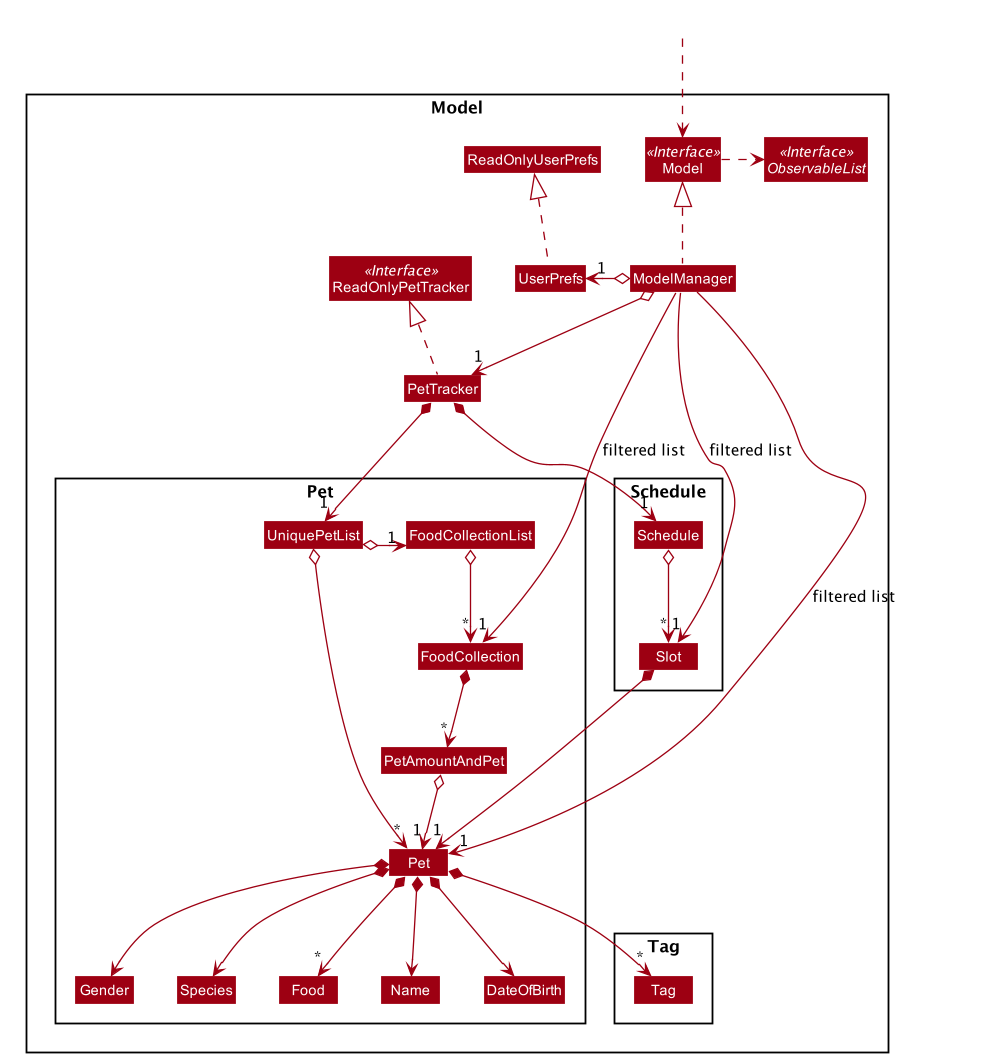
AY1920S2-CS2103-W15-4/main keeps this PlantUML diagram as images/ModelClassDiagram.png. Above is the earlier version.
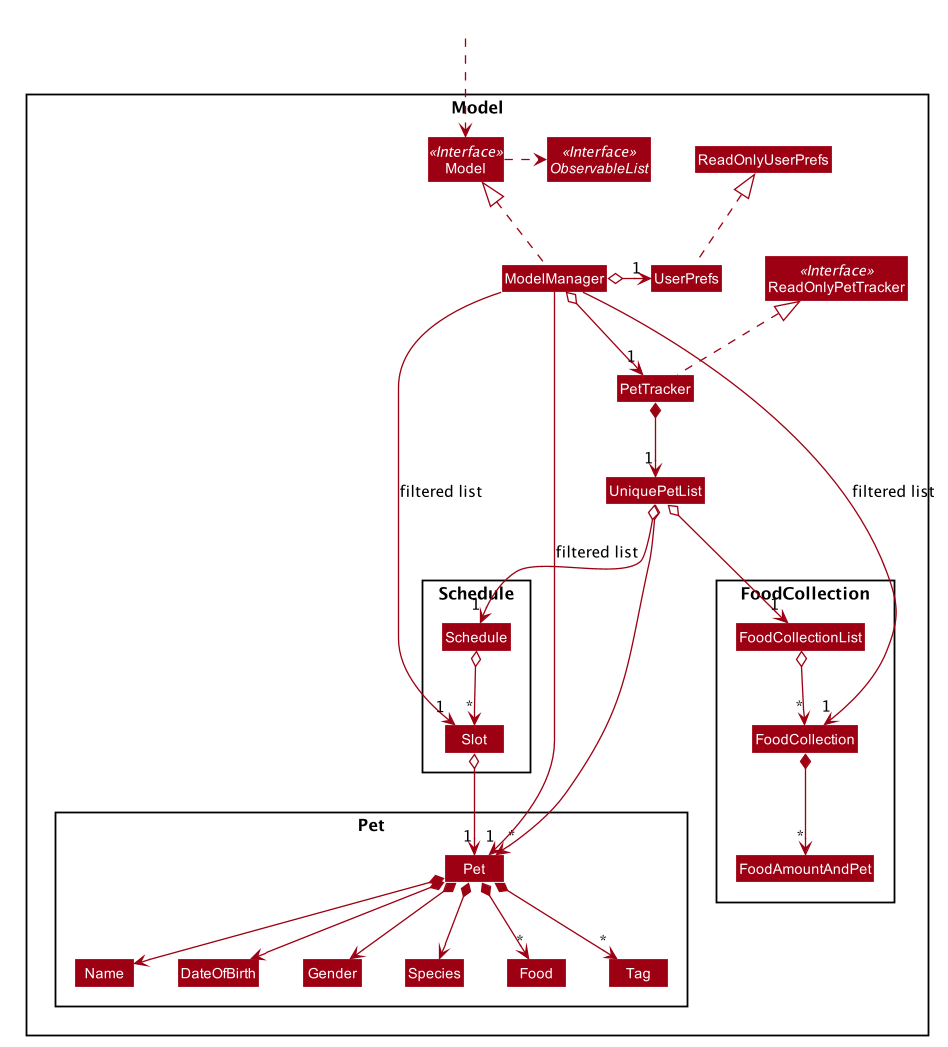
The same diagram one commit later.

What changed in the source:
```diff
@@ -51,6 +51,9 @@
 skinparam arrowColor #9D0012
 skinparam classBackgroundColor #9D0012
 
+
+
+
 Package Model <<Rectangle>>{
 Interface ReadOnlyPetTracker <<Interface>>
 Interface Model <<Interface>>
@@ -61,6 +64,8 @@
 Class ModelManager
 Class UserPrefs
 Class ReadOnlyUserPrefs
+Class UniquePetList
+
 
 Package Pet {
 Class Pet
@@ -69,10 +74,8 @@
 Class Gender
 Class Name
 Class Species
-Class UniquePetList
-Class FoodCollection
-Class FoodCollectionList
-Class PetAmountAndPet
+Class Tag
+
 }
 
 Package Schedule {
@@ -80,9 +83,12 @@
 Class Slot
 }
 
-Package Tag {
-Class Tag
+Package FoodCollection {
+Class FoodCollection
+Class FoodCollectionList
+Class FoodAmountAndPet
 }
+
 }
 
 Class HiddenOutside #FFFFFF
@@ -100,9 +106,7 @@
 UniquePetList o--> "*" Pet
 UniquePetList o--> "1" FoodCollectionList
 FoodCollectionList o--> "*" FoodCollection
-FoodCollection *--> "*" PetAmountAndPet
-PetAmountAndPet o--> "1" Pet
-UniquePetList -[hidden]right> FoodCollectionList
+FoodCollection *--> "*" FoodAmountAndPet
 
 Pet *--> Name
 Pet *--> Species
@@ -115,9 +119,9 @@
 DateOfBirth -[hidden]right-> Gender
 Species -[hidden]right-> Food
 
-PetTracker *--> "1" Schedule
+UniquePetList o--> "1" Schedule
 Schedule o--> "*" Slot
-Slot *--> "1" Pet
+Slot o--> "1" Pet
 
 ModelManager -->"1" Pet : filtered list
 ModelManager -->"1" Slot : filtered list
```
